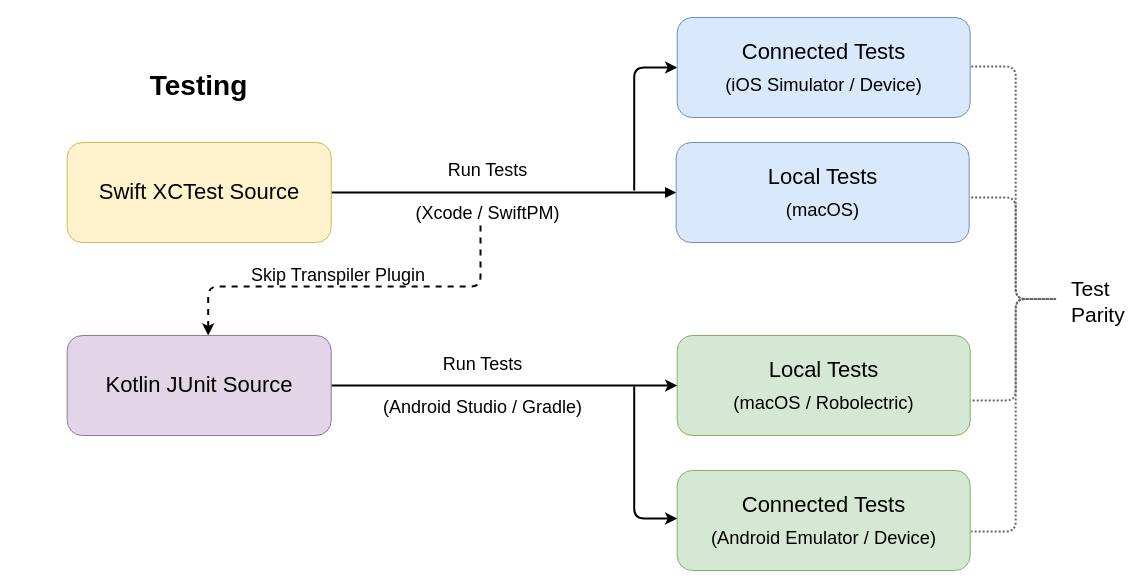
Earlier version of the draw.io diagram page "testing" (2 of 7) of diagrams/skip-diagrams.drawio (skiptools/assets.skip.tools). Source tidied: cells renumbered, new cells numbered last; positions are measured from the earlier drawing's top-left corner, leaving out a move shared by most shapes. Both pictures are drawn from the tidied source at 100%, with x=0, y=0 at pixel (17, 17).
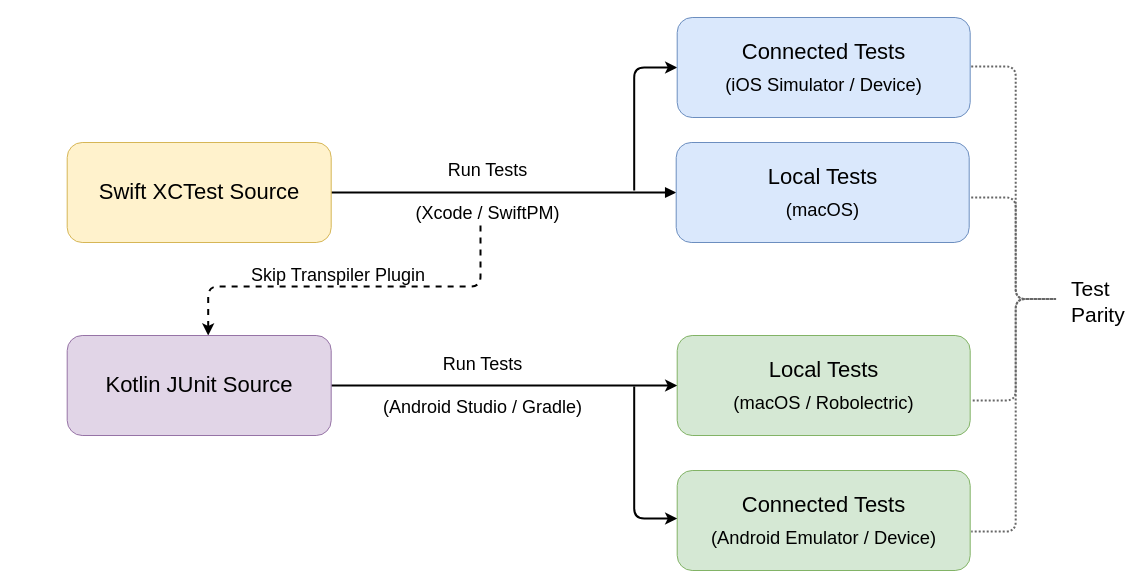
After the change.

Change to the diagram source:
```diff
@@
-    <mxCell id="13" value="Testing" style="text;strokeColor=none;align=center;fillColor=none;html=1;verticalAlign=middle;whiteSpace=wrap;rounded=0;fontSize=28;fontStyle=1;" parent="1" vertex="1">
-      <mxGeometry y="53" width="363.4" height="30" as="geometry" />
-    </mxCell>
```
